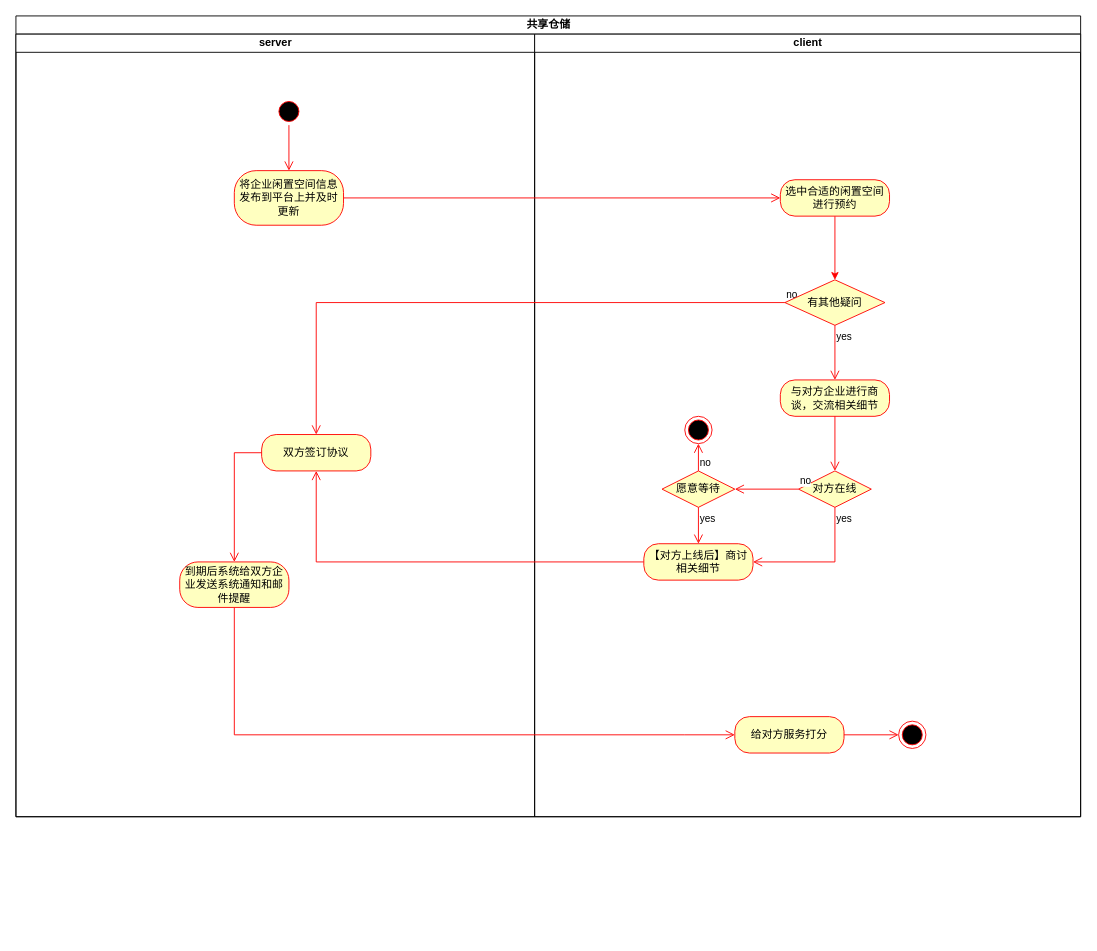
Before: page "共享仓储" (3 of 9) of 毕设/活动图.drawio in 2919282119/charts, a draw.io diagram. Source tidied: cells renumbered, new cells numbered last; positions are measured from the earlier drawing's top-left corner, leaving out a move shared by most shapes. Both pictures are drawn from the tidied source at 91%, with x=0, y=0 at pixel (15, 15).
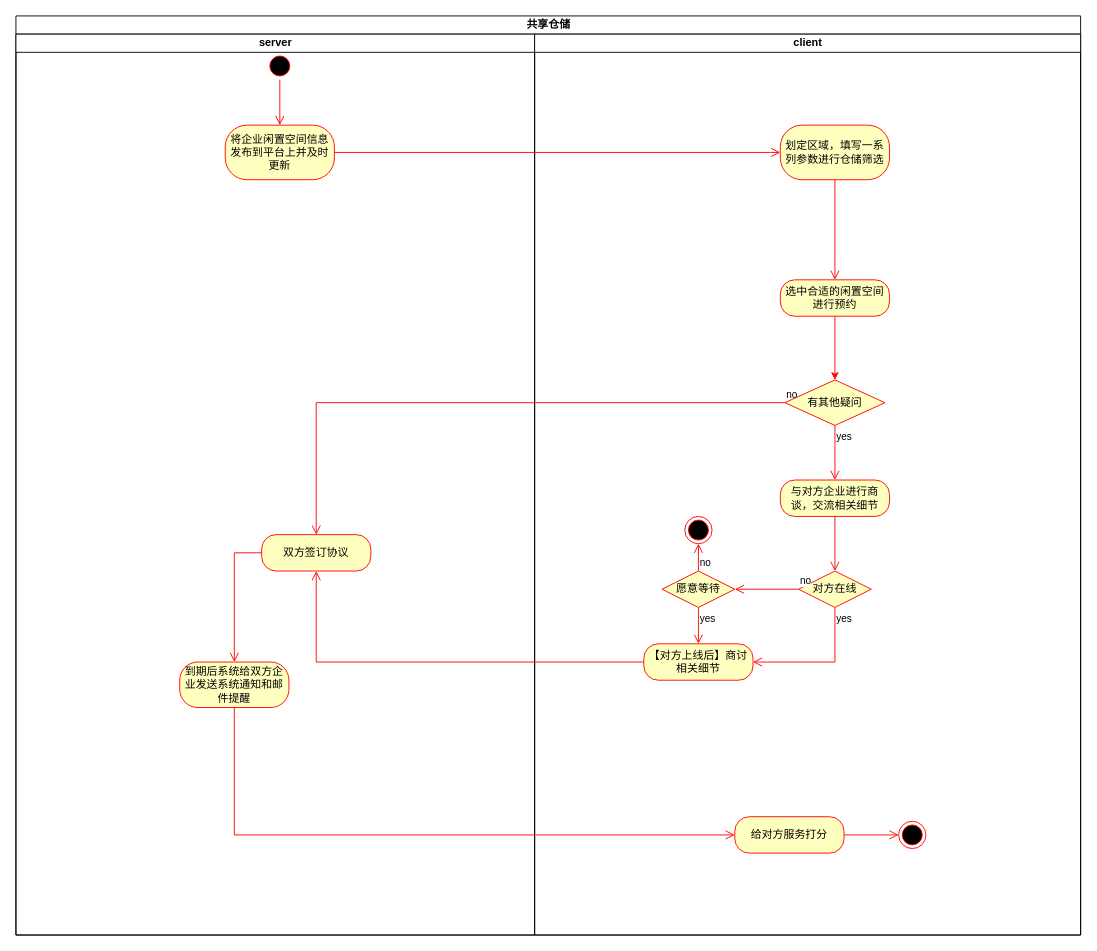
The same page after the edit.

Diff of the diagram source:
```diff
@@
     <mxCell id="2" value="共享仓储" style="swimlane;startSize=20;html=1;" parent="1" vertex="1">
-      <mxGeometry width="1170" height="880" as="geometry" />
+      <mxGeometry width="1170" height="1010" as="geometry" />
     </mxCell>
     <mxCell id="3" value="server" style="swimlane;startSize=20;html=1;" parent="2" vertex="1">
-      <mxGeometry y="20" width="570" height="860" as="geometry" />
+      <mxGeometry y="20" width="570" height="990" as="geometry" />
     </mxCell>
+    <mxCell id="9" style="ellipse;html=1;shape=startState;fillColor=#000000;strokeColor=#ff0000;" parent="3" vertex="1">
+      <mxGeometry x="275" y="20" width="30" height="30" as="geometry" />
+    </mxCell>
+    <mxCell id="10" style="edgeStyle=orthogonalEdgeStyle;html=1;verticalAlign=bottom;endArrow=open;endSize=8;strokeColor=#ff0000;rounded=0;entryX=0.5;entryY=0;entryDx=0;entryDy=0;" parent="3" edge="1" source="9" target="11">
+      <mxGeometry relative="1" as="geometry" />
+    </mxCell>
+    <mxCell id="11" value="将企业闲置空间信息发布到平台上并及时更新" style="rounded=1;whiteSpace=wrap;html=1;arcSize=40;fontColor=#000000;fillColor=#ffffc0;strokeColor=#ff0000;" parent="3" vertex="1">
+      <mxGeometry x="230" y="100" width="120" height="60" as="geometry" />
+    </mxCell>
     <mxCell id="4" value="client" style="swimlane;startSize=20;html=1;" parent="2" vertex="1">
-      <mxGeometry x="570" y="20" width="600" height="860" as="geometry" />
+      <mxGeometry x="570" y="20" width="600" height="990" as="geometry" />
     </mxCell>
-    <mxCell id="5" style="edgeStyle=orthogonalEdgeStyle;html=1;verticalAlign=bottom;endArrow=open;endSize=8;strokeColor=#ff0000;rounded=0;entryX=0;entryY=0.5;entryDx=0;entryDy=0;" parent="4" edge="1" source="11" target="16">
-      <mxGeometry relative="1" as="geometry" />
-    </mxCell>
     <mxCell id="6" value="no" style="edgeStyle=orthogonalEdgeStyle;html=1;align=left;verticalAlign=bottom;endArrow=open;endSize=8;strokeColor=#ff0000;rounded=0;entryX=0.5;entryY=0;entryDx=0;entryDy=0;" parent="4" edge="1" source="17" target="12">
       <mxGeometry x="-1" relative="1" as="geometry">
         <Array as="points">
-          <mxPoint x="-240" y="295" />
+          <mxPoint x="-240" y="405" />
         </Array>
       </mxGeometry>
     </mxCell>
@@
     <mxCell id="8" style="edgeStyle=orthogonalEdgeStyle;html=1;verticalAlign=bottom;endArrow=open;endSize=8;strokeColor=#ff0000;rounded=0;entryX=0;entryY=0.5;entryDx=0;entryDy=0;" parent="4" edge="1" source="14" target="29">
       <mxGeometry relative="1" as="geometry">
         <Array as="points">
-          <mxPoint x="-330" y="770" />
-          <mxPoint x="165" y="770" />
+          <mxPoint x="-330" y="880" />
+          <mxPoint x="165" y="880" />
         </Array>
       </mxGeometry>
     </mxCell>
-    <mxCell id="9" style="ellipse;html=1;shape=startState;fillColor=#000000;strokeColor=#ff0000;" parent="4" vertex="1">
-      <mxGeometry x="-285" y="70" width="30" height="30" as="geometry" />
-    </mxCell>
-    <mxCell id="10" style="edgeStyle=orthogonalEdgeStyle;html=1;verticalAlign=bottom;endArrow=open;endSize=8;strokeColor=#ff0000;rounded=0;entryX=0.5;entryY=0;entryDx=0;entryDy=0;" parent="4" edge="1" source="9" target="11">
-      <mxGeometry relative="1" as="geometry" />
-    </mxCell>
-    <mxCell id="11" value="将企业闲置空间信息发布到平台上并及时更新" style="rounded=1;whiteSpace=wrap;html=1;arcSize=40;fontColor=#000000;fillColor=#ffffc0;strokeColor=#ff0000;" parent="4" vertex="1">
-      <mxGeometry x="-330" y="150" width="120" height="60" as="geometry" />
-    </mxCell>
     <mxCell id="12" value="双方签订协议" style="rounded=1;whiteSpace=wrap;html=1;arcSize=40;fontColor=#000000;fillColor=#ffffc0;strokeColor=#ff0000;" parent="4" vertex="1">
-      <mxGeometry x="-300" y="440" width="120" height="40" as="geometry" />
+      <mxGeometry x="-300" y="550" width="120" height="40" as="geometry" />
     </mxCell>
@@
     <mxCell id="14" value="到期后系统给双方企业发送系统通知和邮件提醒" style="rounded=1;whiteSpace=wrap;html=1;arcSize=40;fontColor=#000000;fillColor=#ffffc0;strokeColor=#ff0000;" parent="4" vertex="1">
-      <mxGeometry x="-390" y="580" width="120" height="50" as="geometry" />
+      <mxGeometry x="-390" y="690" width="120" height="50" as="geometry" />
     </mxCell>
@@
     <mxCell id="16" value="选中合适的闲置空间进行预约" style="rounded=1;whiteSpace=wrap;html=1;arcSize=40;fontColor=#000000;fillColor=#ffffc0;strokeColor=#ff0000;" parent="4" vertex="1">
-      <mxGeometry x="270" y="160" width="120" height="40" as="geometry" />
+      <mxGeometry x="270" y="270" width="120" height="40" as="geometry" />
     </mxCell>
     <mxCell id="17" value="有其他疑问" style="rhombus;whiteSpace=wrap;html=1;fontColor=#000000;fillColor=#ffffc0;strokeColor=#ff0000;" parent="4" vertex="1">
-      <mxGeometry x="275" y="270" width="110" height="50" as="geometry" />
+      <mxGeometry x="275" y="380" width="110" height="50" as="geometry" />
     </mxCell>
@@
     <mxCell id="19" value="与对方企业进行商谈，交流相关细节" style="rounded=1;whiteSpace=wrap;html=1;arcSize=40;fontColor=#000000;fillColor=#ffffc0;strokeColor=#ff0000;" parent="4" vertex="1">
-      <mxGeometry x="270" y="380" width="120" height="40" as="geometry" />
+      <mxGeometry x="270" y="490" width="120" height="40" as="geometry" />
     </mxCell>
@@
     <mxCell id="21" value="对方在线" style="rhombus;whiteSpace=wrap;html=1;fontColor=#000000;fillColor=#ffffc0;strokeColor=#ff0000;" parent="4" vertex="1">
-      <mxGeometry x="290" y="480" width="80" height="40" as="geometry" />
+      <mxGeometry x="290" y="590" width="80" height="40" as="geometry" />
     </mxCell>
@@
     <mxCell id="23" value="yes" style="edgeStyle=orthogonalEdgeStyle;html=1;align=left;verticalAlign=top;endArrow=open;endSize=8;strokeColor=#ff0000;rounded=0;entryX=1;entryY=0.5;entryDx=0;entryDy=0;" parent="4" edge="1" source="21" target="27">
       <mxGeometry x="-1" relative="1" as="geometry">
         <Array as="points">
-          <mxPoint x="330" y="580" />
+          <mxPoint x="330" y="690" />
         </Array>
       </mxGeometry>
     </mxCell>
     <mxCell id="24" value="愿意等待" style="rhombus;whiteSpace=wrap;html=1;fontColor=#000000;fillColor=#ffffc0;strokeColor=#ff0000;" parent="4" vertex="1">
-      <mxGeometry x="140" y="480" width="80" height="40" as="geometry" />
+      <mxGeometry x="140" y="590" width="80" height="40" as="geometry" />
     </mxCell>
@@
     <mxCell id="27" value="【对方上线后】商讨相关细节" style="rounded=1;whiteSpace=wrap;html=1;arcSize=40;fontColor=#000000;fillColor=#ffffc0;strokeColor=#ff0000;" parent="4" vertex="1">
-      <mxGeometry x="120" y="560" width="120" height="40" as="geometry" />
+      <mxGeometry x="120" y="670" width="120" height="40" as="geometry" />
     </mxCell>
     <mxCell id="28" style="ellipse;html=1;shape=endState;fillColor=#000000;strokeColor=#ff0000;" parent="4" vertex="1">
-      <mxGeometry x="165" y="420" width="30" height="30" as="geometry" />
+      <mxGeometry x="165" y="530" width="30" height="30" as="geometry" />
     </mxCell>
     <mxCell id="29" value="给对方服务打分" style="rounded=1;whiteSpace=wrap;html=1;arcSize=40;fontColor=#000000;fillColor=#ffffc0;strokeColor=#ff0000;" parent="4" vertex="1">
-      <mxGeometry x="220" y="750" width="120" height="40" as="geometry" />
+      <mxGeometry x="220" y="860" width="120" height="40" as="geometry" />
     </mxCell>
     <mxCell id="30" style="ellipse;html=1;shape=endState;fillColor=#000000;strokeColor=#ff0000;" parent="4" vertex="1">
-      <mxGeometry x="400" y="755" width="30" height="30" as="geometry" />
+      <mxGeometry x="400" y="865" width="30" height="30" as="geometry" />
     </mxCell>
@@
+    <mxCell id="32" style="edgeStyle=orthogonalEdgeStyle;shape=connector;rounded=0;jettySize=auto;html=1;entryX=0.5;entryY=0;entryDx=0;entryDy=0;strokeColor=#ff0000;align=center;verticalAlign=bottom;fontFamily=Helvetica;fontSize=11;fontColor=default;labelBackgroundColor=default;endArrow=open;endSize=8;" parent="4" edge="1" source="33" target="16">
+      <mxGeometry relative="1" as="geometry" />
+    </mxCell>
+    <mxCell id="33" value="划定区域，填写一系列参数进行仓储筛选" style="whiteSpace=wrap;html=1;fillColor=#ffffc0;strokeColor=#ff0000;fontColor=#000000;rounded=1;arcSize=40;" parent="4" vertex="1">
+      <mxGeometry x="270" y="100" width="120" height="60" as="geometry" />
+    </mxCell>
+    <mxCell id="34" style="edgeStyle=orthogonalEdgeStyle;shape=connector;rounded=0;jettySize=auto;html=1;strokeColor=#ff0000;align=center;verticalAlign=bottom;fontFamily=Helvetica;fontSize=11;fontColor=default;labelBackgroundColor=default;endArrow=open;endSize=8;" parent="2" edge="1" source="11" target="33">
+      <mxGeometry relative="1" as="geometry" />
+    </mxCell>
```
